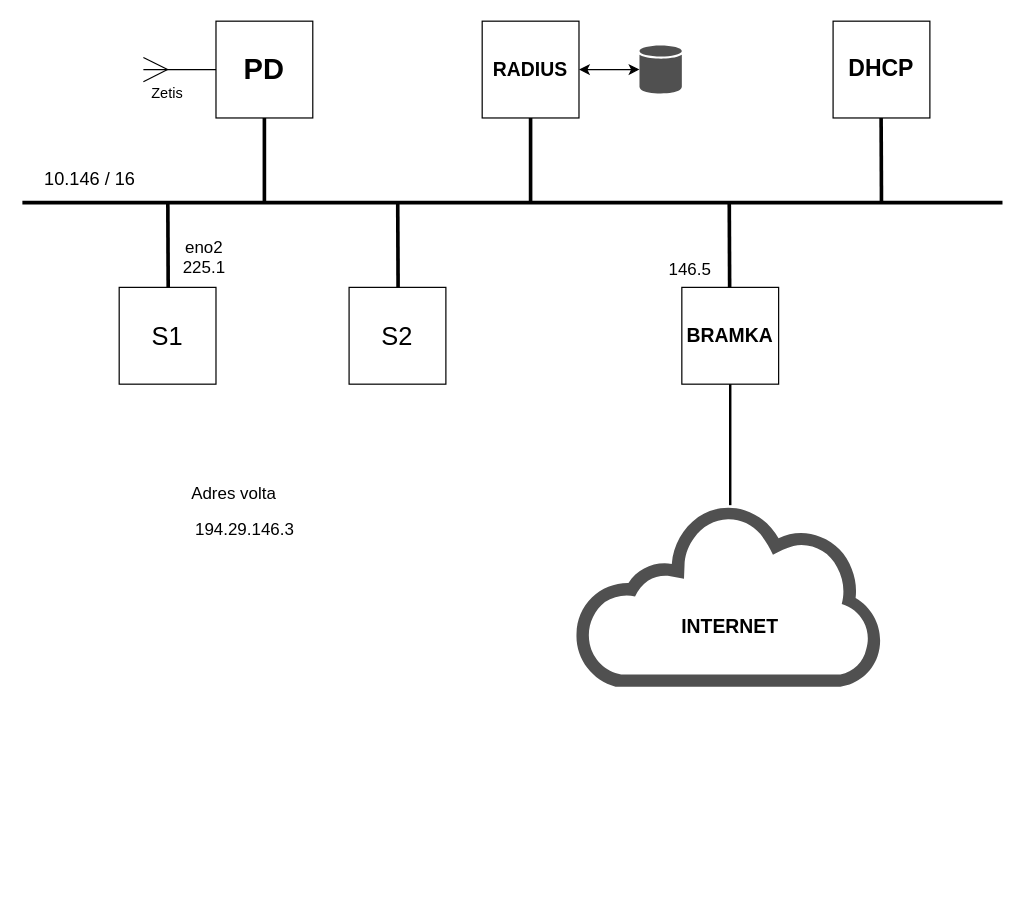
This is Diagramy/Struktura-sieci.drawio from christopher-dabrowski/sieci-c4, a draw.io file, before an edit. Source tidied: cells renumbered, new cells numbered last; positions are measured from the earlier drawing's top-left corner, leaving out a move shared by most shapes. Both pictures are drawn from the tidied source at 121%, with x=0, y=0 at pixel (22, 21).
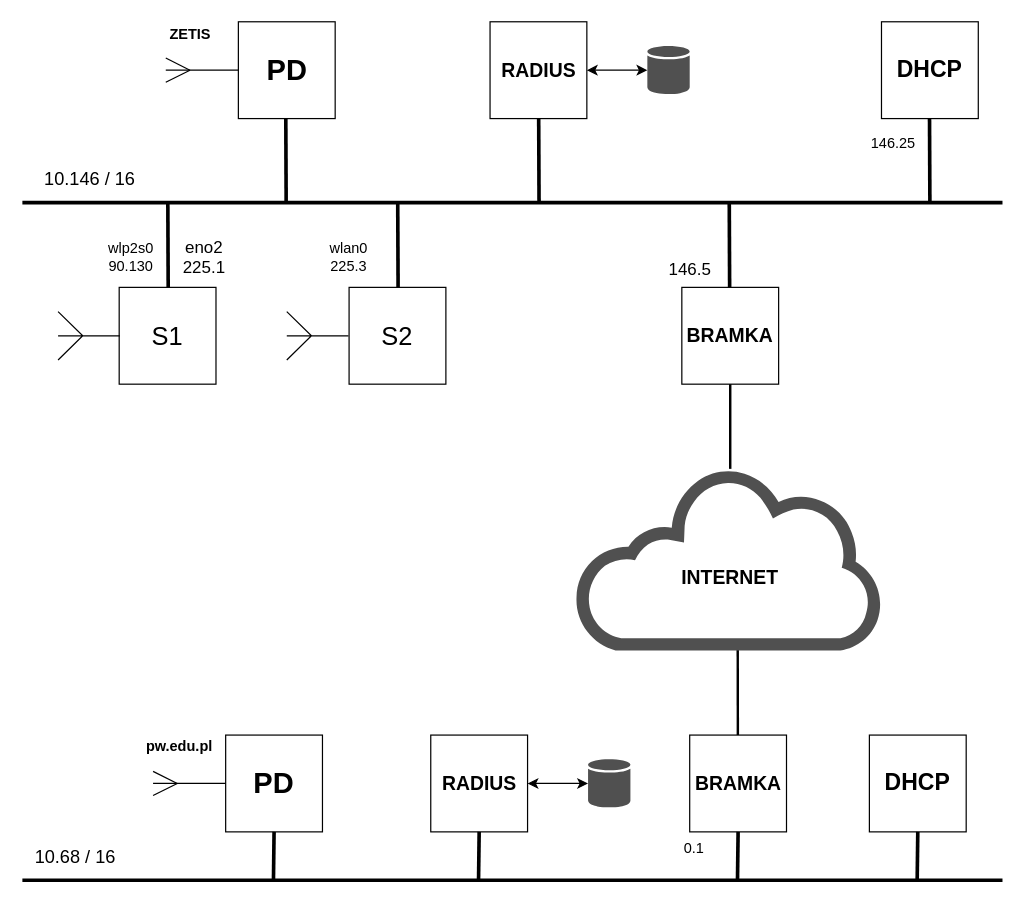
After the change.

Commit message (it also covers changes not shown here):
Dokończenie schematu sieci

Diff of the diagram source:
```diff
@@
-    <mxCell id="2" value="&lt;font style=&quot;font-size: 24px&quot;&gt;&lt;b&gt;PD&lt;/b&gt;&lt;/font&gt;" style="whiteSpace=wrap;html=1;" parent="1" vertex="1">
-      <mxGeometry x="160" width="80" height="80" as="geometry" />
-    </mxCell>
@@
-    <mxCell id="4" style="endArrow=none;html=1;strokeWidth=3;entryX=0.5;entryY=1;entryDx=0;entryDy=0;" parent="1" edge="1" target="2">
-      <mxGeometry relative="1" as="geometry">
-        <mxPoint x="200" y="150" as="sourcePoint" />
-      </mxGeometry>
-    </mxCell>
-    <mxCell id="5" style="endArrow=none;html=1;strokeWidth=1;" parent="1" edge="1">
-      <mxGeometry relative="1" as="geometry">
-        <mxPoint x="100" y="30" as="sourcePoint" />
-        <mxPoint x="120" y="40" as="targetPoint" />
-      </mxGeometry>
-    </mxCell>
-    <mxCell id="6" style="endArrow=none;html=1;strokeWidth=1;entryX=0;entryY=0.5;entryDx=0;entryDy=0;" parent="1" edge="1" target="2">
-      <mxGeometry relative="1" as="geometry">
-        <mxPoint x="100" y="40" as="sourcePoint" />
-      </mxGeometry>
-    </mxCell>
-    <mxCell id="7" style="endArrow=none;html=1;strokeWidth=1;" parent="1" edge="1">
-      <mxGeometry relative="1" as="geometry">
-        <mxPoint x="100" y="50" as="sourcePoint" />
-        <mxPoint x="120" y="40" as="targetPoint" />
-      </mxGeometry>
-    </mxCell>
-    <mxCell id="8" value="Zetis" style="text;html=1;strokeColor=none;fillColor=none;align=center;verticalAlign=middle;whiteSpace=wrap;rounded=0;" parent="1" vertex="1">
-      <mxGeometry x="100" y="50" width="40" height="20" as="geometry" />
-    </mxCell>
     <mxCell id="9" value="&lt;font style=&quot;font-size: 16px;&quot;&gt;&lt;b style=&quot;font-size: 16px;&quot;&gt;RADIUS&lt;/b&gt;&lt;/font&gt;" style="whiteSpace=wrap;html=1;fontSize=16;" parent="1" vertex="1">
-      <mxGeometry x="380" width="80" height="80" as="geometry" />
+      <mxGeometry x="337.5" y="590" width="80" height="80" as="geometry" />
     </mxCell>
     <mxCell id="10" style="endArrow=none;html=1;strokeWidth=3;entryX=0.5;entryY=1;entryDx=0;entryDy=0;" parent="1" edge="1" target="9">
       <mxGeometry relative="1" as="geometry">
-        <mxPoint x="420" y="150" as="sourcePoint" />
+        <mxPoint x="377" y="710" as="sourcePoint" />
       </mxGeometry>
     </mxCell>
     <mxCell id="11" style="shadow=0;dashed=0;html=1;strokeColor=none;fillColor=#505050;labelPosition=center;verticalLabelPosition=bottom;verticalAlign=top;outlineConnect=0;align=center;shape=mxgraph.office.databases.database;fontSize=19;" parent="1" vertex="1">
-      <mxGeometry x="510" y="20" width="35" height="40" as="geometry" />
+      <mxGeometry x="467.5" y="610" width="35" height="40" as="geometry" />
     </mxCell>
@@
     <mxCell id="13" value="&lt;font style=&quot;font-size: 19px;&quot;&gt;&lt;b style=&quot;font-size: 19px;&quot;&gt;DHCP&lt;/b&gt;&lt;/font&gt;" style="whiteSpace=wrap;html=1;fontSize=19;" parent="1" vertex="1">
-      <mxGeometry x="670" width="80" height="80" as="geometry" />
+      <mxGeometry x="710" y="0.5" width="80" height="80" as="geometry" />
     </mxCell>
     <mxCell id="14" style="endArrow=none;html=1;strokeWidth=3;entryX=0.5;entryY=1;entryDx=0;entryDy=0;" parent="1" edge="1">
       <mxGeometry relative="1" as="geometry">
-        <mxPoint x="710" y="150" as="sourcePoint" />
-        <mxPoint x="709.7" y="80.1" as="targetPoint" />
+        <mxPoint x="750" y="150.5" as="sourcePoint" />
+        <mxPoint x="749.7" y="80.6" as="targetPoint" />
       </mxGeometry>
     </mxCell>
@@
     <mxCell id="17" style="shadow=0;dashed=0;html=1;strokeColor=none;fillColor=#505050;labelPosition=center;verticalLabelPosition=bottom;outlineConnect=0;verticalAlign=top;align=center;shape=mxgraph.office.clouds.cloud;fontSize=16;noLabel=0;" parent="1" vertex="1">
-      <mxGeometry x="457" y="400" width="256" height="150" as="geometry" />
+      <mxGeometry x="457" y="370" width="256" height="150" as="geometry" />
     </mxCell>
     <mxCell id="18" value="INTERNET" style="text;html=1;strokeColor=none;fillColor=none;align=center;verticalAlign=middle;whiteSpace=wrap;rounded=0;fontSize=16;fontStyle=1;noLabel=0;" parent="1" vertex="1">
-      <mxGeometry x="565" y="490" width="40" height="20" as="geometry" />
+      <mxGeometry x="565" y="450" width="40" height="20" as="geometry" />
     </mxCell>
@@
-    <mxCell id="25" value="194.29.146.3" style="text;html=1;strokeColor=none;fillColor=none;align=center;verticalAlign=middle;whiteSpace=wrap;rounded=0;fontSize=14;" parent="1" vertex="1">
-      <mxGeometry x="140" y="410" width="88" height="20" as="geometry" />
-    </mxCell>
@@
-    <mxCell id="28" value="Adres volta" style="text;html=1;strokeColor=none;fillColor=none;align=center;verticalAlign=middle;whiteSpace=wrap;rounded=0;fontSize=14;" parent="1" vertex="1">
-      <mxGeometry x="110" y="380" width="130" height="20" as="geometry" />
-    </mxCell>
+    <mxCell id="29" style="endArrow=none;html=1;strokeWidth=3;" parent="1" edge="1">
+      <mxGeometry relative="1" as="geometry">
+        <mxPoint y="710" as="sourcePoint" />
+        <mxPoint x="810" y="710" as="targetPoint" />
+      </mxGeometry>
+    </mxCell>
+    <mxCell id="30" value="&lt;font style=&quot;font-size: 24px&quot;&gt;&lt;b&gt;PD&lt;/b&gt;&lt;/font&gt;" style="whiteSpace=wrap;html=1;" parent="1" vertex="1">
+      <mxGeometry x="168" y="590" width="80" height="80" as="geometry" />
+    </mxCell>
+    <mxCell id="31" style="endArrow=none;html=1;strokeWidth=1;" parent="1" edge="1">
+      <mxGeometry relative="1" as="geometry">
+        <mxPoint x="108" y="620" as="sourcePoint" />
+        <mxPoint x="128" y="630" as="targetPoint" />
+      </mxGeometry>
+    </mxCell>
+    <mxCell id="32" style="endArrow=none;html=1;strokeWidth=1;entryX=0;entryY=0.5;entryDx=0;entryDy=0;" parent="1" edge="1" target="30">
+      <mxGeometry relative="1" as="geometry">
+        <mxPoint x="108" y="630" as="sourcePoint" />
+      </mxGeometry>
+    </mxCell>
+    <mxCell id="33" style="endArrow=none;html=1;strokeWidth=1;" parent="1" edge="1">
+      <mxGeometry relative="1" as="geometry">
+        <mxPoint x="108" y="640" as="sourcePoint" />
+        <mxPoint x="128" y="630" as="targetPoint" />
+      </mxGeometry>
+    </mxCell>
+    <mxCell id="34" value="pw.edu.pl" style="text;html=1;strokeColor=none;fillColor=none;align=center;verticalAlign=middle;whiteSpace=wrap;rounded=0;fontStyle=1;" parent="1" vertex="1">
+      <mxGeometry x="110" y="590" width="40" height="20" as="geometry" />
+    </mxCell>
+    <mxCell id="35" style="endArrow=none;html=1;strokeWidth=3;" parent="1" edge="1">
+      <mxGeometry relative="1" as="geometry">
+        <mxPoint x="207.5" y="710" as="sourcePoint" />
+        <mxPoint x="208" y="670" as="targetPoint" />
+      </mxGeometry>
+    </mxCell>
+    <mxCell id="36" value="BRAMKA" style="whiteSpace=wrap;html=1;fontSize=16;fontStyle=1;" parent="1" vertex="1">
+      <mxGeometry x="551.5" y="590" width="80" height="80" as="geometry" />
+    </mxCell>
+    <mxCell id="37" style="endArrow=none;html=1;strokeWidth=3;" parent="1" edge="1">
+      <mxGeometry relative="1" as="geometry">
+        <mxPoint x="591" y="710" as="sourcePoint" />
+        <mxPoint x="591.5" y="670" as="targetPoint" />
+      </mxGeometry>
+    </mxCell>
+    <mxCell id="38" style="endArrow=none;html=1;strokeWidth=2;fontSize=16;entryX=0.5;entryY=1;entryDx=0;entryDy=0;" parent="1" edge="1">
+      <mxGeometry relative="1" as="geometry">
+        <mxPoint x="591.3" y="590" as="sourcePoint" />
+        <mxPoint x="591.2" y="519.8" as="targetPoint" />
+      </mxGeometry>
+    </mxCell>
+    <mxCell id="39" value="&lt;font style=&quot;font-size: 15px&quot;&gt;&lt;span&gt;10.68&lt;/span&gt;&amp;nbsp;/ 16&lt;/font&gt;" style="text;html=1;strokeColor=none;fillColor=none;align=center;verticalAlign=middle;whiteSpace=wrap;rounded=0;fontSize=16;" parent="1" vertex="1">
+      <mxGeometry x="-1" y="680" width="90" height="20" as="geometry" />
+    </mxCell>
+    <mxCell id="40" value="0.1" style="text;html=1;" parent="1" vertex="1">
+      <mxGeometry x="545" y="670" width="25" height="30" as="geometry" />
+    </mxCell>
+    <mxCell id="41" value="&lt;font style=&quot;font-size: 19px;&quot;&gt;&lt;b style=&quot;font-size: 19px;&quot;&gt;DHCP&lt;/b&gt;&lt;/font&gt;" style="whiteSpace=wrap;html=1;fontSize=19;" parent="1" vertex="1">
+      <mxGeometry x="700" y="590" width="80" height="80" as="geometry" />
+    </mxCell>
+    <mxCell id="42" style="endArrow=none;html=1;strokeWidth=3;" parent="1" edge="1">
+      <mxGeometry relative="1" as="geometry">
+        <mxPoint x="739.5" y="710" as="sourcePoint" />
+        <mxPoint x="740" y="670" as="targetPoint" />
+      </mxGeometry>
+    </mxCell>
+    <mxCell id="43" value="&lt;font style=&quot;font-size: 24px&quot;&gt;&lt;b&gt;PD&lt;/b&gt;&lt;/font&gt;" style="whiteSpace=wrap;html=1;" parent="1" vertex="1">
+      <mxGeometry x="178.5" y="0.5" width="80" height="80" as="geometry" />
+    </mxCell>
+    <mxCell id="44" style="endArrow=none;html=1;strokeWidth=1;" parent="1" edge="1">
+      <mxGeometry relative="1" as="geometry">
+        <mxPoint x="118.5" y="30.5" as="sourcePoint" />
+        <mxPoint x="138.5" y="40.5" as="targetPoint" />
+      </mxGeometry>
+    </mxCell>
+    <mxCell id="45" style="endArrow=none;html=1;strokeWidth=1;entryX=0;entryY=0.5;entryDx=0;entryDy=0;" parent="1" edge="1" target="43">
+      <mxGeometry relative="1" as="geometry">
+        <mxPoint x="118.5" y="40.5" as="sourcePoint" />
+      </mxGeometry>
+    </mxCell>
+    <mxCell id="46" style="endArrow=none;html=1;strokeWidth=1;" parent="1" edge="1">
+      <mxGeometry relative="1" as="geometry">
+        <mxPoint x="118.5" y="50.5" as="sourcePoint" />
+        <mxPoint x="138.5" y="40.5" as="targetPoint" />
+      </mxGeometry>
+    </mxCell>
+    <mxCell id="47" value="ZETIS" style="text;html=1;strokeColor=none;fillColor=none;align=center;verticalAlign=middle;whiteSpace=wrap;rounded=0;fontStyle=1;" parent="1" vertex="1">
+      <mxGeometry x="119" y="0.5" width="40" height="20" as="geometry" />
+    </mxCell>
+    <mxCell id="48" style="endArrow=none;html=1;strokeWidth=3;entryX=0.5;entryY=1;entryDx=0;entryDy=0;" parent="1" edge="1">
+      <mxGeometry relative="1" as="geometry">
+        <mxPoint x="218" y="150.5" as="sourcePoint" />
+        <mxPoint x="217.7" y="80.6" as="targetPoint" />
+      </mxGeometry>
+    </mxCell>
+    <mxCell id="49" value="&lt;font style=&quot;font-size: 16px;&quot;&gt;&lt;b style=&quot;font-size: 16px;&quot;&gt;RADIUS&lt;/b&gt;&lt;/font&gt;" style="whiteSpace=wrap;html=1;fontSize=16;" parent="1" vertex="1">
+      <mxGeometry x="386.5" y="0.5" width="80" height="80" as="geometry" />
+    </mxCell>
+    <mxCell id="50" style="shadow=0;dashed=0;html=1;strokeColor=none;fillColor=#505050;labelPosition=center;verticalLabelPosition=bottom;verticalAlign=top;outlineConnect=0;align=center;shape=mxgraph.office.databases.database;fontSize=19;" parent="1" vertex="1">
+      <mxGeometry x="516.5" y="20.5" width="35" height="40" as="geometry" />
+    </mxCell>
+    <mxCell id="51" style="endArrow=classic;startArrow=classic;html=1;strokeWidth=1;fontSize=19;exitX=1;exitY=0.5;exitDx=0;exitDy=0;" parent="1" edge="1" source="49" target="50">
+      <mxGeometry relative="1" as="geometry" />
+    </mxCell>
+    <mxCell id="52" style="endArrow=none;html=1;strokeWidth=3;entryX=0.5;entryY=1;entryDx=0;entryDy=0;" parent="1" edge="1">
+      <mxGeometry relative="1" as="geometry">
+        <mxPoint x="427" y="150.5" as="sourcePoint" />
+        <mxPoint x="426.7" y="80.6" as="targetPoint" />
+      </mxGeometry>
+    </mxCell>
+    <mxCell id="53" style="verticalLabelPosition=bottom;shadow=0;dashed=0;align=center;fillColor=#ffffff;html=1;verticalAlign=top;strokeWidth=1;shape=mxgraph.electrical.radio.aerial_-_antenna_1;rotation=-90;" parent="1" vertex="1">
+      <mxGeometry x="35" y="234.5" width="40" height="51" as="geometry" />
+    </mxCell>
+    <mxCell id="54" style="verticalLabelPosition=bottom;shadow=0;dashed=0;align=center;fillColor=#ffffff;html=1;verticalAlign=top;strokeWidth=1;shape=mxgraph.electrical.radio.aerial_-_antenna_1;rotation=-90;" parent="1" vertex="1">
+      <mxGeometry x="224" y="234.5" width="40" height="51" as="geometry" />
+    </mxCell>
+    <mxCell id="55" value="&lt;span&gt;wlp2s0&lt;br&gt;90.130&lt;br&gt;&lt;/span&gt;" style="text;html=1;strokeColor=none;fillColor=none;align=center;verticalAlign=middle;whiteSpace=wrap;rounded=0;" parent="1" vertex="1">
+      <mxGeometry x="70" y="185" width="40" height="20" as="geometry" />
+    </mxCell>
+    <mxCell id="56" value="&lt;span&gt;146.25&lt;/span&gt;" style="text;html=1;strokeColor=none;fillColor=none;align=center;verticalAlign=middle;whiteSpace=wrap;rounded=0;" parent="1" vertex="1">
+      <mxGeometry x="700" y="90.5" width="40" height="20" as="geometry" />
+    </mxCell>
+    <mxCell id="57" value="wlan0&lt;br&gt;&lt;span&gt;225.3&lt;/span&gt;&lt;br&gt;" style="text;html=1;strokeColor=none;fillColor=none;align=center;verticalAlign=middle;whiteSpace=wrap;rounded=0;" parent="1" vertex="1">
+      <mxGeometry x="250" y="185" width="40" height="20" as="geometry" />
+    </mxCell>
```
